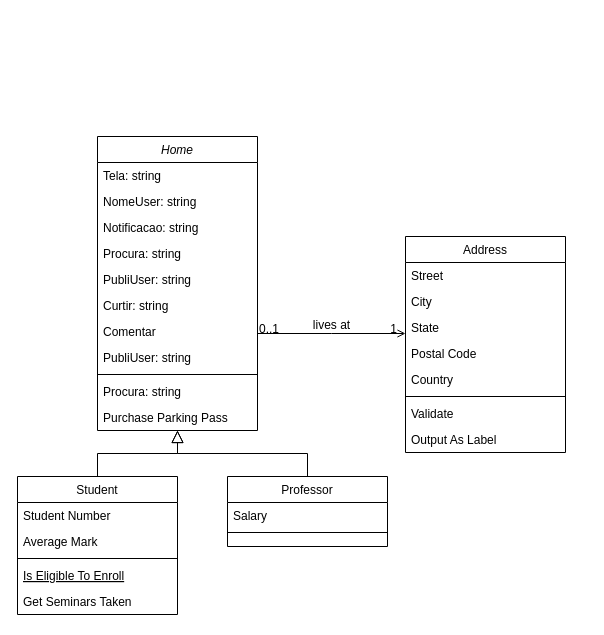
Before: Untitled Diagram.drawio in BryanLeite-dev/LookCre, a draw.io diagram. Source tidied: cells renumbered, new cells numbered last; positions are measured from the earlier drawing's top-left corner, leaving out a move shared by most shapes. Both pictures are drawn from the tidied source at 100%, with x=0, y=0 at pixel (17, 136).
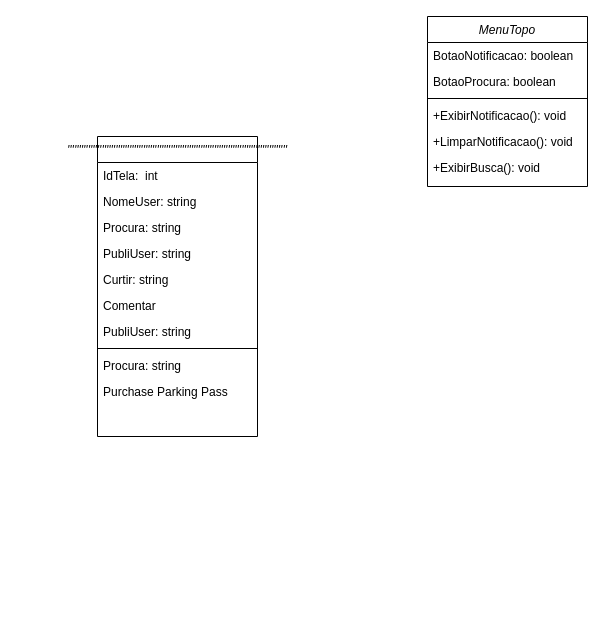
The same diagram, later.

Diff of the diagram source:
```diff
@@
-    <mxCell id="2" value="Home&#10;" style="swimlane;fontStyle=2;align=center;verticalAlign=top;horizontal=1;startSize=26;rounded=0;shadow=0;strokeWidth=1;" parent="1" vertex="1">
-      <mxGeometry x="80" width="160" height="294" as="geometry" />
+    <mxCell id="2" value="''''''''''''''''''''''''''''''''''''''''''''''''''''''''''''''''''''''''''''''''''''''''''''''''" style="swimlane;fontStyle=2;align=center;verticalAlign=top;horizontal=1;startSize=26;rounded=0;shadow=0;strokeWidth=1;" parent="1" vertex="1">
+      <mxGeometry x="80" width="160" height="300" as="geometry" />
     </mxCell>
-    <mxCell id="3" value="Tela: string" style="text;align=left;verticalAlign=top;spacingLeft=4;spacingRight=4;overflow=hidden;" parent="2" vertex="1">
+    <mxCell id="3" value="IdTela:  int" style="text;align=left;verticalAlign=top;spacingLeft=4;spacingRight=4;overflow=hidden;" parent="2" vertex="1">
       <mxGeometry y="26" width="160" height="26" as="geometry" />
     </mxCell>
@@
-    <mxCell id="5" value="Notificacao: string&#10;" style="text;align=left;verticalAlign=top;spacingLeft=4;spacingRight=4;overflow=hidden;rounded=0;shadow=0;html=0;" parent="2" vertex="1">
-      <mxGeometry y="78" width="160" height="26" as="geometry" />
-    </mxCell>
     <mxCell id="6" value="Procura: string" style="text;align=left;verticalAlign=top;spacingLeft=4;spacingRight=4;overflow=hidden;rounded=0;shadow=0;html=0;" parent="2" vertex="1">
-      <mxGeometry y="104" width="160" height="26" as="geometry" />
+      <mxGeometry y="78" width="160" height="26" as="geometry" />
     </mxCell>
     <mxCell id="7" value="PubliUser: string" style="text;align=left;verticalAlign=top;spacingLeft=4;spacingRight=4;overflow=hidden;rounded=0;shadow=0;html=0;" parent="2" vertex="1">
-      <mxGeometry y="130" width="160" height="26" as="geometry" />
+      <mxGeometry y="104" width="160" height="26" as="geometry" />
     </mxCell>
     <mxCell id="8" value="Curtir: string" style="text;align=left;verticalAlign=top;spacingLeft=4;spacingRight=4;overflow=hidden;rounded=0;shadow=0;html=0;" parent="2" vertex="1">
-      <mxGeometry y="156" width="160" height="26" as="geometry" />
+      <mxGeometry y="130" width="160" height="26" as="geometry" />
     </mxCell>
     <mxCell id="9" value="Comentar " style="text;align=left;verticalAlign=top;spacingLeft=4;spacingRight=4;overflow=hidden;rounded=0;shadow=0;html=0;" parent="2" vertex="1">
-      <mxGeometry y="182" width="160" height="26" as="geometry" />
+      <mxGeometry y="156" width="160" height="26" as="geometry" />
     </mxCell>
     <mxCell id="10" value="PubliUser: string" style="text;align=left;verticalAlign=top;spacingLeft=4;spacingRight=4;overflow=hidden;rounded=0;shadow=0;html=0;" parent="2" vertex="1">
-      <mxGeometry y="208" width="160" height="26" as="geometry" />
+      <mxGeometry y="182" width="160" height="26" as="geometry" />
     </mxCell>
     <mxCell id="11" style="line;html=1;strokeWidth=1;align=left;verticalAlign=middle;spacingTop=-1;spacingLeft=3;spacingRight=3;labelPosition=right;" parent="2" vertex="1">
-      <mxGeometry y="234" width="160" height="8" as="geometry" />
+      <mxGeometry y="208" width="160" height="8" as="geometry" />
     </mxCell>
     <mxCell id="12" value="Procura: string" style="text;align=left;verticalAlign=top;spacingLeft=4;spacingRight=4;overflow=hidden;rounded=0;shadow=0;html=0;" parent="2" vertex="1">
-      <mxGeometry y="242" width="160" height="26" as="geometry" />
+      <mxGeometry y="216" width="160" height="26" as="geometry" />
     </mxCell>
     <mxCell id="13" value="Purchase Parking Pass" style="text;align=left;verticalAlign=top;spacingLeft=4;spacingRight=4;overflow=hidden;" parent="2" vertex="1">
-      <mxGeometry y="268" width="160" height="26" as="geometry" />
+      <mxGeometry y="242" width="160" height="26" as="geometry" />
     </mxCell>
-    <mxCell id="14" value="Student" style="swimlane;fontStyle=0;align=center;verticalAlign=top;horizontal=1;startSize=26;rounded=0;shadow=0;strokeWidth=1;" parent="1" vertex="1">
-      <mxGeometry y="340" width="160" height="138" as="geometry" />
-    </mxCell>
-    <mxCell id="15" value="Student Number" style="text;align=left;verticalAlign=top;spacingLeft=4;spacingRight=4;overflow=hidden;" parent="14" vertex="1">
-      <mxGeometry y="26" width="160" height="26" as="geometry" />
-    </mxCell>
-    <mxCell id="16" value="Average Mark" style="text;align=left;verticalAlign=top;spacingLeft=4;spacingRight=4;overflow=hidden;rounded=0;shadow=0;html=0;" parent="14" vertex="1">
-      <mxGeometry y="52" width="160" height="26" as="geometry" />
-    </mxCell>
+    <mxCell id="38" value="MenuTopo" style="swimlane;fontStyle=2;align=center;verticalAlign=top;horizontal=1;startSize=26;rounded=0;shadow=0;strokeWidth=1;" parent="1" vertex="1">
+      <mxGeometry x="410" y="-120" width="160" height="170" as="geometry" />
+    </mxCell>
+    <mxCell id="39" value="BotaoNotificacao: boolean" style="text;align=left;verticalAlign=top;spacingLeft=4;spacingRight=4;overflow=hidden;rounded=0;shadow=0;html=0;" parent="38" vertex="1">
+      <mxGeometry y="26" width="160" height="26" as="geometry" />
+    </mxCell>
+    <mxCell id="40" value="BotaoProcura: boolean" style="text;align=left;verticalAlign=top;spacingLeft=4;spacingRight=4;overflow=hidden;rounded=0;shadow=0;html=0;" parent="38" vertex="1">
+      <mxGeometry y="52" width="160" height="26" as="geometry" />
+    </mxCell>
-    <mxCell id="17" style="line;html=1;strokeWidth=1;align=left;verticalAlign=middle;spacingTop=-1;spacingLeft=3;spacingRight=3;labelPosition=right;" parent="14" vertex="1">
+    <mxCell id="17" style="line;html=1;strokeWidth=1;align=left;verticalAlign=middle;spacingTop=-1;spacingLeft=3;spacingRight=3;labelPosition=right;" parent="38" vertex="1">
       <mxGeometry y="78" width="160" height="8" as="geometry" />
     </mxCell>
-    <mxCell id="18" value="Is Eligible To Enroll" style="text;align=left;verticalAlign=top;spacingLeft=4;spacingRight=4;overflow=hidden;fontStyle=4;" parent="14" vertex="1">
-      <mxGeometry y="86" width="160" height="26" as="geometry" />
-    </mxCell>
-    <mxCell id="19" value="Get Seminars Taken" style="text;align=left;verticalAlign=top;spacingLeft=4;spacingRight=4;overflow=hidden;" parent="14" vertex="1">
-      <mxGeometry y="112" width="160" height="26" as="geometry" />
-    </mxCell>
-    <mxCell id="20" style="endArrow=block;endSize=10;endFill=0;shadow=0;strokeWidth=1;rounded=0;edgeStyle=elbowEdgeStyle;elbow=vertical;" parent="1" edge="1" source="14" target="2">
-      <mxGeometry relative="1" as="geometry" />
-    </mxCell>
-    <mxCell id="21" value="Professor" style="swimlane;fontStyle=0;align=center;verticalAlign=top;horizontal=1;startSize=26;rounded=0;shadow=0;strokeWidth=1;" parent="1" vertex="1">
-      <mxGeometry x="210" y="340" width="160" height="70" as="geometry" />
-    </mxCell>
-    <mxCell id="22" value="Salary" style="text;align=left;verticalAlign=top;spacingLeft=4;spacingRight=4;overflow=hidden;" parent="21" vertex="1">
-      <mxGeometry y="26" width="160" height="26" as="geometry" />
-    </mxCell>
-    <mxCell id="23" style="line;html=1;strokeWidth=1;align=left;verticalAlign=middle;spacingTop=-1;spacingLeft=3;spacingRight=3;labelPosition=right;" parent="21" vertex="1">
-      <mxGeometry y="52" width="160" height="8" as="geometry" />
-    </mxCell>
-    <mxCell id="24" style="endArrow=block;endSize=10;endFill=0;shadow=0;strokeWidth=1;rounded=0;edgeStyle=elbowEdgeStyle;elbow=vertical;" parent="1" edge="1" source="21" target="2">
-      <mxGeometry relative="1" as="geometry" />
-    </mxCell>
-    <mxCell id="25" value="Address" style="swimlane;fontStyle=0;align=center;verticalAlign=top;horizontal=1;startSize=26;rounded=0;shadow=0;strokeWidth=1;" parent="1" vertex="1">
-      <mxGeometry x="388" y="100" width="160" height="216" as="geometry" />
-    </mxCell>
-    <mxCell id="26" value="Street" style="text;align=left;verticalAlign=top;spacingLeft=4;spacingRight=4;overflow=hidden;" parent="25" vertex="1">
-      <mxGeometry y="26" width="160" height="26" as="geometry" />
-    </mxCell>
-    <mxCell id="27" value="City" style="text;align=left;verticalAlign=top;spacingLeft=4;spacingRight=4;overflow=hidden;rounded=0;shadow=0;html=0;" parent="25" vertex="1">
-      <mxGeometry y="52" width="160" height="26" as="geometry" />
-    </mxCell>
-    <mxCell id="28" value="State" style="text;align=left;verticalAlign=top;spacingLeft=4;spacingRight=4;overflow=hidden;rounded=0;shadow=0;html=0;" parent="25" vertex="1">
-      <mxGeometry y="78" width="160" height="26" as="geometry" />
-    </mxCell>
-    <mxCell id="29" value="Postal Code" style="text;align=left;verticalAlign=top;spacingLeft=4;spacingRight=4;overflow=hidden;rounded=0;shadow=0;html=0;" parent="25" vertex="1">
-      <mxGeometry y="104" width="160" height="26" as="geometry" />
-    </mxCell>
-    <mxCell id="30" value="Country" style="text;align=left;verticalAlign=top;spacingLeft=4;spacingRight=4;overflow=hidden;rounded=0;shadow=0;html=0;" parent="25" vertex="1">
-      <mxGeometry y="130" width="160" height="26" as="geometry" />
-    </mxCell>
-    <mxCell id="31" style="line;html=1;strokeWidth=1;align=left;verticalAlign=middle;spacingTop=-1;spacingLeft=3;spacingRight=3;labelPosition=right;" parent="25" vertex="1">
-      <mxGeometry y="156" width="160" height="8" as="geometry" />
-    </mxCell>
-    <mxCell id="32" value="Validate" style="text;align=left;verticalAlign=top;spacingLeft=4;spacingRight=4;overflow=hidden;" parent="25" vertex="1">
-      <mxGeometry y="164" width="160" height="26" as="geometry" />
-    </mxCell>
-    <mxCell id="33" value="Output As Label" style="text;align=left;verticalAlign=top;spacingLeft=4;spacingRight=4;overflow=hidden;" parent="25" vertex="1">
-      <mxGeometry y="190" width="160" height="26" as="geometry" />
-    </mxCell>
-    <mxCell id="34" style="endArrow=open;shadow=0;strokeWidth=1;rounded=0;endFill=1;edgeStyle=elbowEdgeStyle;elbow=vertical;" parent="1" edge="1" source="2" target="25">
-      <mxGeometry x="0.5" y="41" relative="1" as="geometry">
-        <mxPoint x="-40" y="32" as="offset" />
-      </mxGeometry>
-    </mxCell>
-    <mxCell id="35" value="0..1" style="align=left;verticalAlign=bottom;labelBackgroundColor=none;fontSize=12;" parent="34" vertex="1">
-      <mxGeometry x="-1" relative="1" as="geometry">
-        <mxPoint y="4" as="offset" />
-      </mxGeometry>
-    </mxCell>
-    <mxCell id="36" value="1" style="align=right;verticalAlign=bottom;labelBackgroundColor=none;fontSize=12;" parent="34" vertex="1">
-      <mxGeometry x="1" relative="1" as="geometry">
-        <mxPoint x="-7" y="4" as="offset" />
-      </mxGeometry>
-    </mxCell>
-    <mxCell id="37" value="lives at" style="text;html=1;align=center;verticalAlign=middle;labelBackgroundColor=none;rounded=0;shadow=0;strokeWidth=1;fontSize=12;" parent="34" vertex="1">
-      <mxGeometry x="0.5" y="49" relative="1" as="geometry">
-        <mxPoint x="-38" y="40" as="offset" />
-      </mxGeometry>
-    </mxCell>
+    <mxCell id="41" value="+ExibirNotificacao(): void" style="text;align=left;verticalAlign=top;spacingLeft=4;spacingRight=4;overflow=hidden;rounded=0;shadow=0;html=0;" parent="38" vertex="1">
+      <mxGeometry y="86" width="160" height="26" as="geometry" />
+    </mxCell>
+    <mxCell id="42" value="+LimparNotificacao(): void" style="text;align=left;verticalAlign=top;spacingLeft=4;spacingRight=4;overflow=hidden;rounded=0;shadow=0;html=0;" parent="38" vertex="1">
+      <mxGeometry y="112" width="160" height="26" as="geometry" />
+    </mxCell>
+    <mxCell id="43" value="+ExibirBusca(): void" style="text;align=left;verticalAlign=top;spacingLeft=4;spacingRight=4;overflow=hidden;rounded=0;shadow=0;html=0;" parent="38" vertex="1">
+      <mxGeometry y="138" width="160" height="26" as="geometry" />
+    </mxCell>
```
